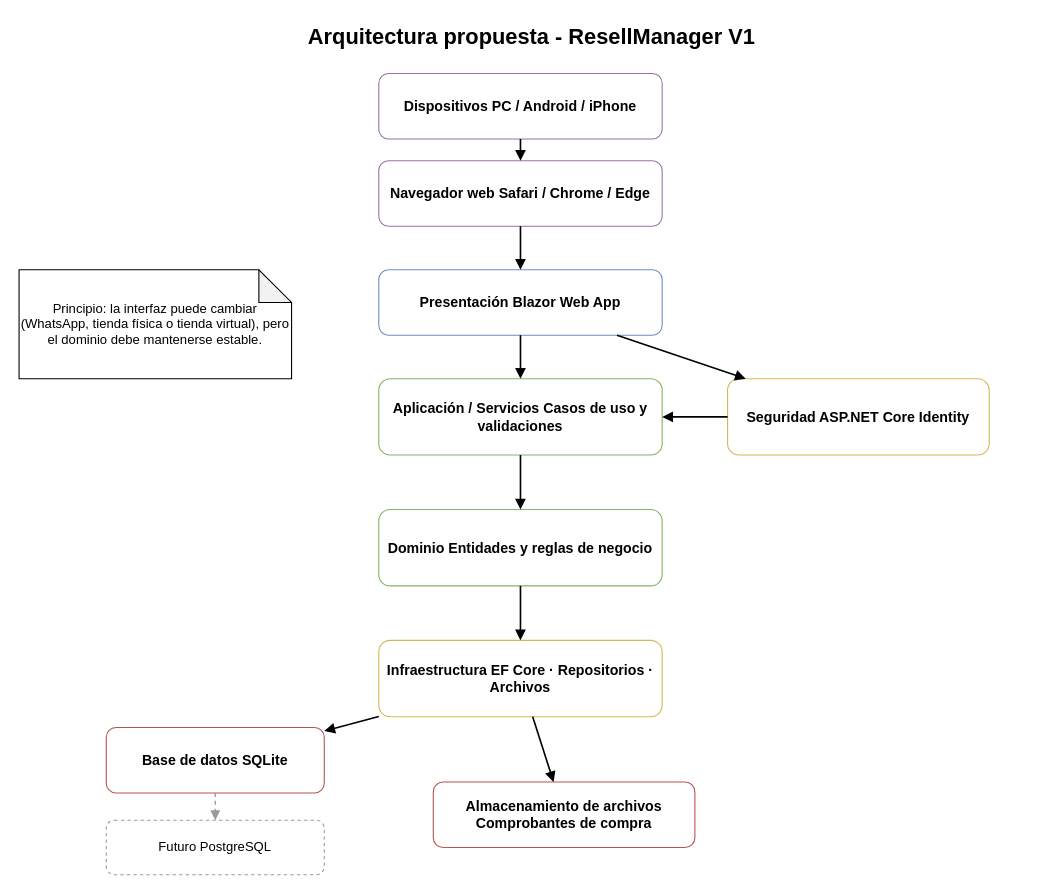
This is docs/diagrams/08_Arquitectura.drawio from newton0608/ResellManager, a draw.io file, before an edit. Source tidied: cells renumbered, new cells numbered last; positions are measured from the earlier drawing's top-left corner, leaving out a move shared by most shapes. Both pictures are drawn from the tidied source at 109%, with x=0, y=0 at pixel (19, 19).
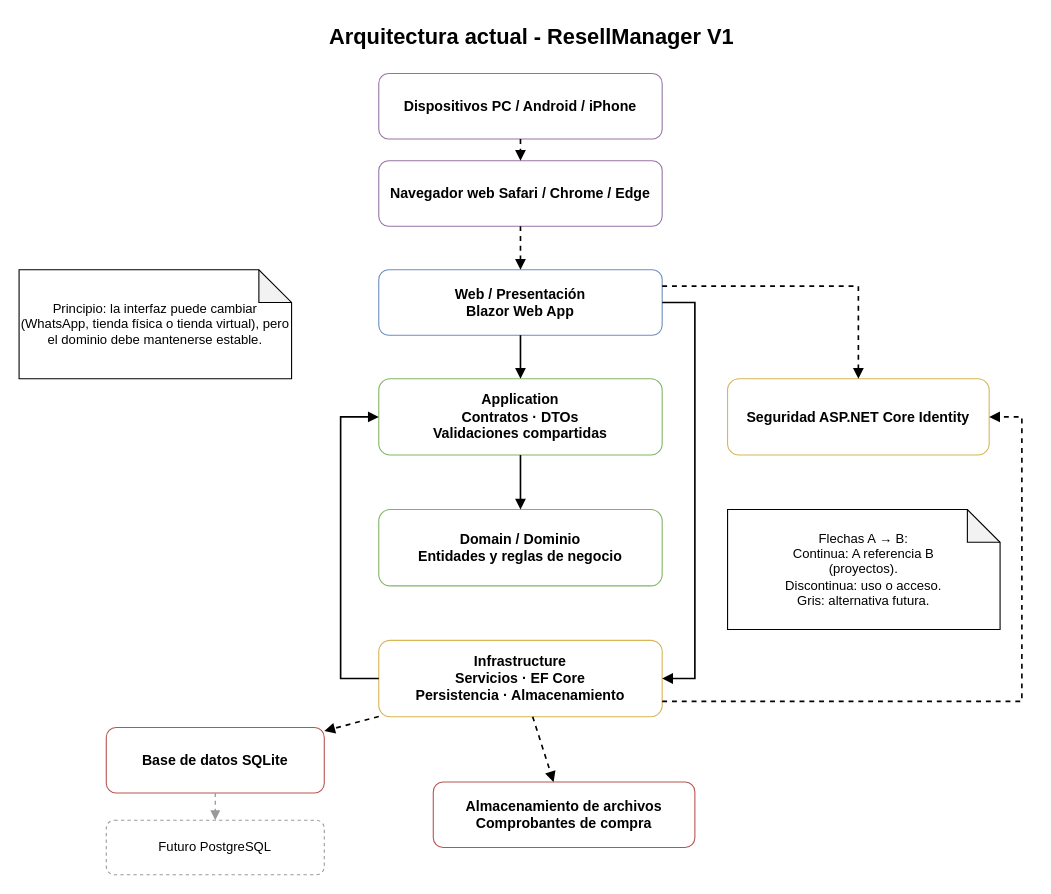
The same page after the edit.

Unchanged cells that the change refers to:
```xml
<mxCell id="3" value="Dispositivos PC / Android / iPhone" style="rounded=1;whiteSpace=wrap;html=1;fillColor=none;strokeColor=#9673a6;fontSize=13;fontStyle=1;" parent="1" vertex="1">
  <mxGeometry x="330" y="50" width="260" height="60" as="geometry" />
</mxCell>
<mxCell id="4" value="Navegador web Safari / Chrome / Edge" style="rounded=1;whiteSpace=wrap;html=1;fillColor=none;strokeColor=#9673a6;fontSize=13;fontStyle=1;" parent="1" vertex="1">
  <mxGeometry x="330" y="130" width="260" height="60" as="geometry" />
</mxCell>
<mxCell id="9" value="Base de datos SQLite" style="rounded=1;whiteSpace=wrap;html=1;fillColor=none;strokeColor=#b85450;fontSize=13;fontStyle=1;" parent="1" vertex="1">
  <mxGeometry x="80" y="650" width="200" height="60" as="geometry" />
</mxCell>
<mxCell id="10" value="Almacenamiento de archivos Comprobantes de compra" style="rounded=1;whiteSpace=wrap;html=1;fillColor=none;strokeColor=#b85450;fontSize=13;fontStyle=1;" parent="1" vertex="1">
  <mxGeometry x="380" y="700" width="240" height="60" as="geometry" />
</mxCell>
<mxCell id="11" value="Seguridad ASP.NET Core Identity" style="rounded=1;whiteSpace=wrap;html=1;fillColor=none;strokeColor=#d6b656;fontSize=13;fontStyle=1;" parent="1" vertex="1">
  <mxGeometry x="650" y="330" width="240" height="70" as="geometry" />
</mxCell>
```

What changed in the source:
```diff
@@
-    <mxCell id="2" value="Arquitectura propuesta - ResellManager V1" style="text;html=1;strokeColor=none;fillColor=none;fontSize=20;fontStyle=1;align=center;verticalAlign=middle;" parent="1" vertex="1">
+    <mxCell id="2" value="Arquitectura actual - ResellManager V1" style="text;html=1;strokeColor=none;fillColor=none;fontSize=20;fontStyle=1;align=center;verticalAlign=middle;" parent="1" vertex="1">
       <mxGeometry x="190" width="560" height="30" as="geometry" />
     </mxCell>
@@
-    <mxCell id="5" value="Presentación Blazor Web App" style="rounded=1;whiteSpace=wrap;html=1;fillColor=none;strokeColor=#6c8ebf;fontSize=13;fontStyle=1;" parent="1" vertex="1">
+    <mxCell id="5" value="Web / Presentación&lt;br&gt;Blazor Web App" style="rounded=1;whiteSpace=wrap;html=1;fillColor=none;strokeColor=#6c8ebf;fontSize=13;fontStyle=1;" parent="1" vertex="1">
       <mxGeometry x="330" y="230" width="260" height="60" as="geometry" />
     </mxCell>
-    <mxCell id="6" value="Aplicación / Servicios Casos de uso y validaciones" style="rounded=1;whiteSpace=wrap;html=1;fillColor=none;strokeColor=#82b366;fontSize=13;fontStyle=1;" parent="1" vertex="1">
+    <mxCell id="6" value="Application&lt;br&gt;Contratos · DTOs&lt;br&gt;Validaciones compartidas" style="rounded=1;whiteSpace=wrap;html=1;fillColor=none;strokeColor=#82b366;fontSize=13;fontStyle=1;" parent="1" vertex="1">
       <mxGeometry x="330" y="330" width="260" height="70" as="geometry" />
     </mxCell>
-    <mxCell id="7" value="Dominio Entidades y reglas de negocio" style="rounded=1;whiteSpace=wrap;html=1;fillColor=none;strokeColor=#82b366;fontSize=13;fontStyle=1;" parent="1" vertex="1">
+    <mxCell id="7" value="Domain / Dominio&lt;br&gt;Entidades y reglas de negocio" style="rounded=1;whiteSpace=wrap;html=1;fillColor=none;strokeColor=#82b366;fontSize=13;fontStyle=1;" parent="1" vertex="1">
       <mxGeometry x="330" y="450" width="260" height="70" as="geometry" />
     </mxCell>
-    <mxCell id="8" value="Infraestructura EF Core · Repositorios · Archivos" style="rounded=1;whiteSpace=wrap;html=1;fillColor=none;strokeColor=#d6b656;fontSize=13;fontStyle=1;" parent="1" vertex="1">
+    <mxCell id="8" value="Infrastructure&lt;br&gt;Servicios · EF Core&lt;br&gt;Persistencia · Almacenamiento" style="rounded=1;whiteSpace=wrap;html=1;fillColor=none;strokeColor=#d6b656;fontSize=13;fontStyle=1;" parent="1" vertex="1">
       <mxGeometry x="330" y="570" width="260" height="70" as="geometry" />
     </mxCell>
@@
-    <mxCell id="13" style="endArrow=block;html=1;rounded=0;strokeWidth=1.5;" parent="1" edge="1" source="3" target="4">
+    <mxCell id="13" style="endArrow=block;html=1;rounded=0;strokeWidth=1.5;dashed=1;" parent="1" edge="1" source="3" target="4">
       <mxGeometry relative="1" as="geometry" />
     </mxCell>
-    <mxCell id="14" style="endArrow=block;html=1;rounded=0;strokeWidth=1.5;" parent="1" edge="1" source="4" target="5">
+    <mxCell id="14" style="endArrow=block;html=1;rounded=0;strokeWidth=1.5;dashed=1;" parent="1" edge="1" source="4" target="5">
       <mxGeometry relative="1" as="geometry" />
     </mxCell>
@@
-    <mxCell id="17" style="endArrow=block;html=1;rounded=0;strokeWidth=1.5;" parent="1" edge="1" source="7" target="8">
-      <mxGeometry relative="1" as="geometry" />
+    <mxCell id="17" style="endArrow=block;html=1;rounded=0;strokeWidth=1.5;edgeStyle=orthogonalEdgeStyle;exitX=0;exitY=0.5;entryX=0;entryY=0.5;" parent="1" edge="1" source="8" target="6">
+      <mxGeometry relative="1" as="geometry">
+        <Array as="points">
+          <mxPoint x="295" y="605" />
+          <mxPoint x="295" y="365" />
+        </Array>
+      </mxGeometry>
     </mxCell>
-    <mxCell id="18" style="endArrow=block;html=1;rounded=0;strokeWidth=1.5;" parent="1" edge="1" source="8" target="9">
+    <mxCell id="18" style="endArrow=block;html=1;rounded=0;strokeWidth=1.5;dashed=1;" parent="1" edge="1" source="8" target="9">
       <mxGeometry relative="1" as="geometry" />
     </mxCell>
-    <mxCell id="19" style="endArrow=block;html=1;rounded=0;strokeWidth=1.5;" parent="1" edge="1" source="8" target="10">
+    <mxCell id="19" style="endArrow=block;html=1;rounded=0;strokeWidth=1.5;dashed=1;" parent="1" edge="1" source="8" target="10">
       <mxGeometry relative="1" as="geometry" />
     </mxCell>
-    <mxCell id="20" style="endArrow=block;html=1;rounded=0;strokeWidth=1.5;" parent="1" edge="1" source="5" target="11">
-      <mxGeometry relative="1" as="geometry" />
+    <mxCell id="20" style="endArrow=block;html=1;rounded=0;strokeWidth=1.5;dashed=1;edgeStyle=orthogonalEdgeStyle;exitX=1;exitY=0.25;entryX=0.5;entryY=0;" parent="1" edge="1" source="5" target="11">
+      <mxGeometry relative="1" as="geometry">
+        <Array as="points">
+          <mxPoint x="770" y="245" />
+        </Array>
+      </mxGeometry>
     </mxCell>
-    <mxCell id="21" style="endArrow=block;html=1;rounded=0;strokeWidth=1.5;" parent="1" edge="1" source="11" target="6">
-      <mxGeometry relative="1" as="geometry" />
+    <mxCell id="21" style="endArrow=block;html=1;rounded=0;strokeWidth=1.5;dashed=1;edgeStyle=orthogonalEdgeStyle;exitX=1;exitY=0.8;entryX=1;entryY=0.5;" parent="1" edge="1" source="8" target="11">
+      <mxGeometry relative="1" as="geometry">
+        <Array as="points">
+          <mxPoint x="920" y="626" />
+          <mxPoint x="920" y="365" />
+        </Array>
+      </mxGeometry>
     </mxCell>
@@
+    <mxCell id="24" style="endArrow=block;html=1;rounded=0;strokeWidth=1.5;edgeStyle=orthogonalEdgeStyle;exitX=1;exitY=0.5;entryX=1;entryY=0.5;" parent="1" edge="1" source="5" target="8">
+      <mxGeometry relative="1" as="geometry">
+        <Array as="points">
+          <mxPoint x="620" y="260" />
+          <mxPoint x="620" y="605" />
+        </Array>
+      </mxGeometry>
+    </mxCell>
+    <mxCell id="25" value="Flechas A → B:&lt;br&gt;Continua: A referencia B&lt;br&gt;(proyectos).&lt;br&gt;Discontinua: uso o acceso.&lt;br&gt;Gris: alternativa futura." style="shape=note;whiteSpace=wrap;html=1;backgroundOutline=1;darkOpacity=0.05;fillColor=none;strokeColor=default;fontSize=12;" parent="1" vertex="1">
+      <mxGeometry x="650" y="450" width="250" height="110" as="geometry" />
+    </mxCell>
```
